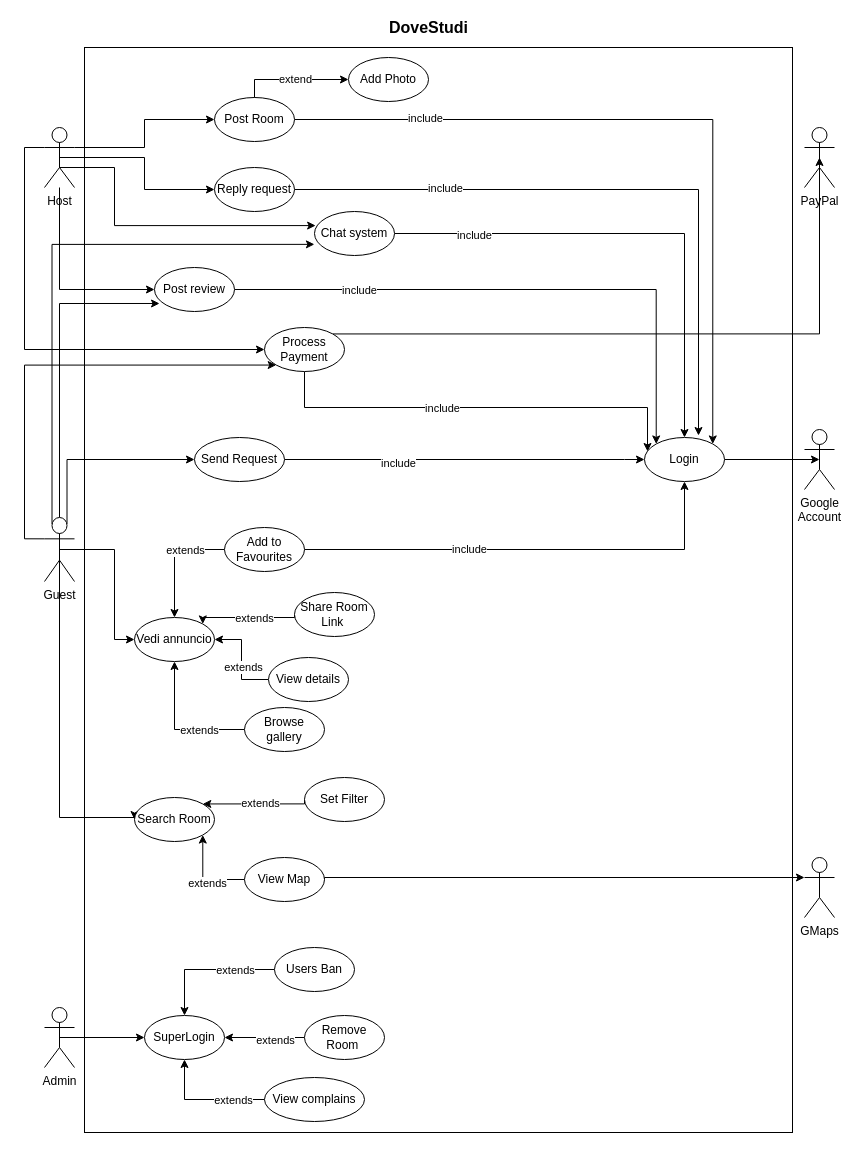
Earlier version of the draw.io diagram Progetto UCD (1).drawio (nic-agos/DoveStudi). Source tidied: cells renumbered, new cells numbered last; positions are measured from the earlier drawing's top-left corner, leaving out a move shared by most shapes. Both pictures are drawn from the tidied source at 100%, with x=0, y=0 at pixel (24, 17).
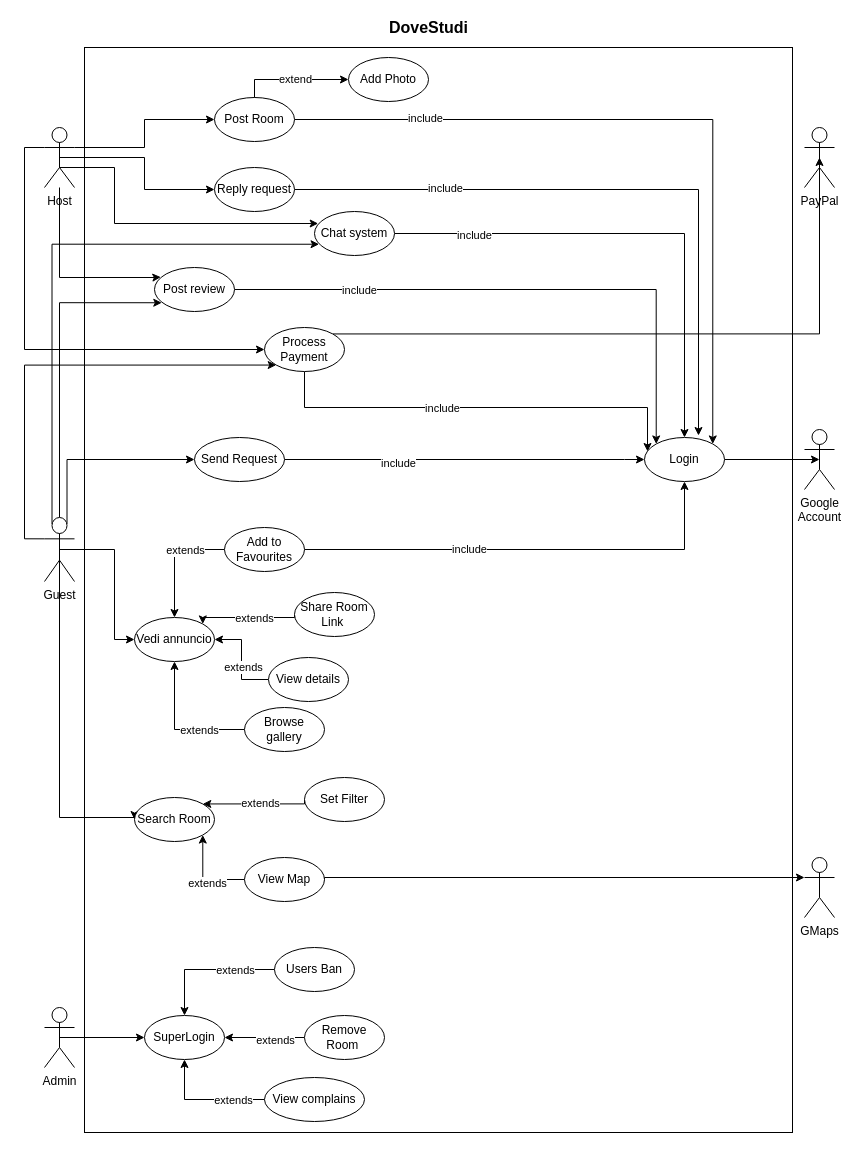
Above is the later version.

The change refers to these unchanged cells:
```xml
<mxCell id="8" value="Host" style="shape=umlActor;verticalLabelPosition=bottom;verticalAlign=top;html=1;outlineConnect=0;" parent="1" vertex="1">
  <mxGeometry x="20" y="110" width="30" height="60" as="geometry" />
</mxCell>
<mxCell id="15" value="Guest" style="shape=umlActor;verticalLabelPosition=bottom;verticalAlign=top;html=1;outlineConnect=0;" parent="1" vertex="1">
  <mxGeometry x="20" y="500" width="30" height="64" as="geometry" />
</mxCell>
<mxCell id="53" value="Post review" style="ellipse;whiteSpace=wrap;html=1;" parent="1" vertex="1">
  <mxGeometry x="130" y="250" width="80" height="44" as="geometry" />
</mxCell>
<mxCell id="73" value="Chat system" style="ellipse;whiteSpace=wrap;html=1;" parent="1" vertex="1">
  <mxGeometry x="290" y="194" width="80" height="44" as="geometry" />
</mxCell>
```

Change to the diagram source:
```diff
@@
-    <mxCell id="3" style="edgeStyle=orthogonalEdgeStyle;rounded=0;jettySize=auto;html=1;entryX=0;entryY=0.5;entryDx=0;entryDy=0;" parent="1" edge="1" source="8" target="53">
+    <mxCell id="3" style="edgeStyle=orthogonalEdgeStyle;rounded=0;jettySize=auto;html=1;entryX=0.079;entryY=0.219;entryDx=0;entryDy=0;entryPerimeter=0;" parent="1" edge="1" source="8" target="53">
       <mxGeometry relative="1" as="geometry">
         <Array as="points">
-          <mxPoint x="35" y="272" />
+          <mxPoint x="35" y="260" />
+          <mxPoint x="130" y="260" />
         </Array>
       </mxGeometry>
     </mxCell>
@@
-    <mxCell id="7" style="edgeStyle=orthogonalEdgeStyle;rounded=0;jettySize=auto;html=1;exitX=0.5;exitY=0.5;exitDx=0;exitDy=0;exitPerimeter=0;entryX=0.014;entryY=0.32;entryDx=0;entryDy=0;entryPerimeter=0;" parent="1" edge="1" source="8" target="73">
+    <mxCell id="7" style="edgeStyle=orthogonalEdgeStyle;rounded=0;jettySize=auto;html=1;exitX=0.5;exitY=0.5;exitDx=0;exitDy=0;exitPerimeter=0;entryX=0.046;entryY=0.273;entryDx=0;entryDy=0;entryPerimeter=0;" parent="1" edge="1" source="8" target="73">
       <mxGeometry relative="1" as="geometry">
         <Array as="points">
           <mxPoint x="35" y="150" />
           <mxPoint x="90" y="150" />
-          <mxPoint x="90" y="208" />
+          <mxPoint x="90" y="206" />
         </Array>
       </mxGeometry>
     </mxCell>
@@
-    <mxCell id="11" style="edgeStyle=orthogonalEdgeStyle;rounded=0;jettySize=auto;html=1;exitX=0.5;exitY=0;exitDx=0;exitDy=0;exitPerimeter=0;entryX=0.063;entryY=0.818;entryDx=0;entryDy=0;entryPerimeter=0;" parent="1" edge="1" source="15" target="53">
+    <mxCell id="11" style="edgeStyle=orthogonalEdgeStyle;rounded=0;jettySize=auto;html=1;exitX=0.5;exitY=0;exitDx=0;exitDy=0;exitPerimeter=0;entryX=0.091;entryY=0.801;entryDx=0;entryDy=0;entryPerimeter=0;" parent="1" edge="1" source="15" target="53">
       <mxGeometry relative="1" as="geometry">
         <Array as="points">
-          <mxPoint x="35" y="286" />
+          <mxPoint x="35" y="285" />
         </Array>
       </mxGeometry>
     </mxCell>
@@
-    <mxCell id="14" style="edgeStyle=orthogonalEdgeStyle;rounded=0;jettySize=auto;html=1;exitX=0.25;exitY=0.1;exitDx=0;exitDy=0;exitPerimeter=0;entryX=-0.001;entryY=0.747;entryDx=0;entryDy=0;entryPerimeter=0;" parent="1" edge="1" source="15" target="73">
+    <mxCell id="14" style="edgeStyle=orthogonalEdgeStyle;rounded=0;jettySize=auto;html=1;exitX=0.25;exitY=0.1;exitDx=0;exitDy=0;exitPerimeter=0;entryX=0.057;entryY=0.744;entryDx=0;entryDy=0;entryPerimeter=0;" parent="1" edge="1" source="15" target="73">
       <mxGeometry relative="1" as="geometry">
         <Array as="points">
-          <mxPoint x="27" y="227" />
+          <mxPoint x="28" y="227" />
         </Array>
       </mxGeometry>
     </mxCell>
```
